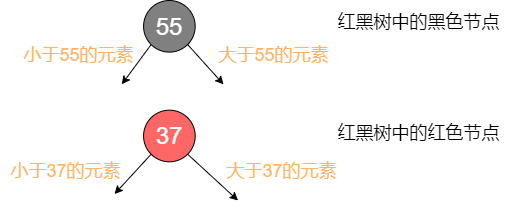
This is nodeIntro_b2.png from moonhui/DrawFiles, a draw.io export, as it was before one commit. Source tidied: cells renumbered, new cells last; positions are measured from the earlier drawing's top-left corner, leaving out a move shared by most shapes.
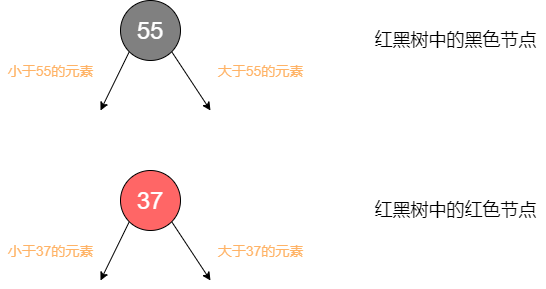
Above is the later version.

Diff of the diagram source:
```diff
@@ -4,47 +4,47 @@
     <mxCell id="1" parent="0" />
     <mxCell id="2" style="edgeStyle=none;rounded=0;jettySize=auto;html=1;exitX=0;exitY=1;exitDx=0;exitDy=0;" parent="1" edge="1" source="4">
       <mxGeometry x="-45" y="1130" as="geometry">
-        <mxPoint x="121.3" y="83.9" as="targetPoint" />
+        <mxPoint x="160" y="110" as="targetPoint" />
       </mxGeometry>
     </mxCell>
     <mxCell id="3" style="edgeStyle=none;rounded=0;jettySize=auto;html=1;exitX=1;exitY=1;exitDx=0;exitDy=0;" parent="1" edge="1" source="4">
       <mxGeometry x="-45" y="1130" as="geometry">
-        <mxPoint x="223" y="83.9" as="targetPoint" />
+        <mxPoint x="270" y="110" as="targetPoint" />
       </mxGeometry>
     </mxCell>
     <mxCell id="4" value="&lt;font style=&quot;font-size: 24px&quot; color=&quot;#ffffff&quot;&gt;55&lt;/font&gt;" style="ellipse;whiteSpace=wrap;html=1;fillColor=#808080;" parent="1" vertex="1">
-      <mxGeometry x="143.1" width="51.6" height="51.6" as="geometry" />
+      <mxGeometry x="180" width="60" height="60" as="geometry" />
     </mxCell>
     <mxCell id="5" value="&lt;font style=&quot;font-size: 18px&quot;&gt;红黑树中的黑色节点&lt;/font&gt;" style="text;html=1;align=center;verticalAlign=middle;" parent="1" vertex="1">
-      <mxGeometry x="327.9" y="12.3" width="180" height="20" as="geometry" />
+      <mxGeometry x="425" y="30" width="180" height="20" as="geometry" />
     </mxCell>
     <mxCell id="6" style="edgeStyle=none;rounded=0;jettySize=auto;html=1;exitX=0;exitY=1;exitDx=0;exitDy=0;" parent="1" edge="1" source="8">
       <mxGeometry x="-45" y="1130" as="geometry">
-        <mxPoint x="114" y="193.5" as="targetPoint" />
+        <mxPoint x="160" y="280" as="targetPoint" />
       </mxGeometry>
     </mxCell>
     <mxCell id="7" style="edgeStyle=none;rounded=0;jettySize=auto;html=1;exitX=1;exitY=1;exitDx=0;exitDy=0;" parent="1" edge="1" source="8">
       <mxGeometry x="-45" y="1130" as="geometry">
-        <mxPoint x="237.5" y="200" as="targetPoint" />
+        <mxPoint x="270" y="280" as="targetPoint" />
       </mxGeometry>
     </mxCell>
     <mxCell id="8" value="&lt;font style=&quot;font-size: 24px&quot; color=&quot;#ffffff&quot;&gt;37&lt;/font&gt;" style="ellipse;whiteSpace=wrap;html=1;fillColor=#FF6666;" parent="1" vertex="1">
-      <mxGeometry x="143.1" y="109.7" width="51.6" height="51.6" as="geometry" />
+      <mxGeometry x="180" y="170" width="60" height="60" as="geometry" />
     </mxCell>
     <mxCell id="9" value="&lt;font style=&quot;font-size: 18px&quot;&gt;红黑树中的红色节点&lt;/font&gt;" style="text;html=1;align=center;verticalAlign=middle;" parent="1" vertex="1">
-      <mxGeometry x="327.9" y="122.6" width="180" height="20" as="geometry" />
+      <mxGeometry x="425" y="200" width="180" height="20" as="geometry" />
     </mxCell>
-    <mxCell id="10" value="&lt;font style=&quot;font-size: 18px&quot; color=&quot;#ffb366&quot;&gt;小于55的元素&lt;/font&gt;" style="text;html=1;align=center;verticalAlign=middle;" parent="1" vertex="1">
-      <mxGeometry x="13.1" y="45.2" width="130" height="20" as="geometry" />
+    <mxCell id="10" value="&lt;font style=&quot;font-size: 14px&quot; color=&quot;#ffb366&quot;&gt;小于55的元素&lt;/font&gt;" style="text;html=1;align=center;verticalAlign=middle;" parent="1" vertex="1">
+      <mxGeometry x="60" y="60" width="100" height="20" as="geometry" />
     </mxCell>
-    <mxCell id="11" value="&lt;font style=&quot;font-size: 18px&quot; color=&quot;#ffb366&quot;&gt;大于55的元素&lt;/font&gt;" style="text;html=1;align=center;verticalAlign=middle;" parent="1" vertex="1">
-      <mxGeometry x="208.5" y="45.2" width="130" height="20" as="geometry" />
+    <mxCell id="11" value="&lt;font style=&quot;font-size: 14px&quot; color=&quot;#ffb366&quot;&gt;大于55的元素&lt;/font&gt;" style="text;html=1;align=center;verticalAlign=middle;" parent="1" vertex="1">
+      <mxGeometry x="270" y="60" width="100" height="20" as="geometry" />
     </mxCell>
-    <mxCell id="12" value="&lt;font style=&quot;font-size: 18px&quot; color=&quot;#ffb366&quot;&gt;小于37的元素&lt;/font&gt;" style="text;html=1;align=center;verticalAlign=middle;" parent="1" vertex="1">
-      <mxGeometry y="161.3" width="130" height="20" as="geometry" />
+    <mxCell id="12" value="&lt;font style=&quot;font-size: 14px&quot; color=&quot;#ffb366&quot;&gt;小于37的元素&lt;/font&gt;" style="text;html=1;align=center;verticalAlign=middle;" parent="1" vertex="1">
+      <mxGeometry x="60" y="240" width="100" height="20" as="geometry" />
     </mxCell>
-    <mxCell id="13" value="&lt;font style=&quot;font-size: 18px&quot; color=&quot;#ffb366&quot;&gt;大于37的元素&lt;/font&gt;" style="text;html=1;align=center;verticalAlign=middle;" parent="1" vertex="1">
-      <mxGeometry x="215.7" y="161.3" width="130" height="20" as="geometry" />
+    <mxCell id="13" value="&lt;font style=&quot;font-size: 14px&quot; color=&quot;#ffb366&quot;&gt;大于37的元素&lt;/font&gt;" style="text;html=1;align=center;verticalAlign=middle;" parent="1" vertex="1">
+      <mxGeometry x="270" y="240" width="100" height="20" as="geometry" />
     </mxCell>
   </root>
 </mxGraphModel>
```
